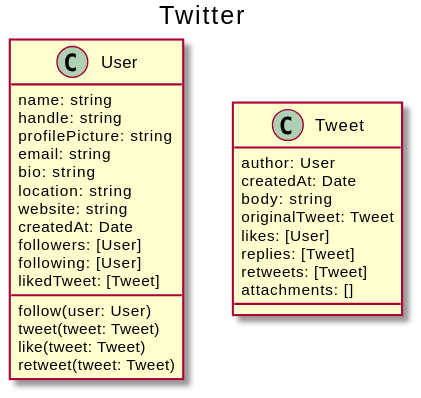
Before: architecture/Class Diagram.svg, a diagram exported from PlantUML (cihat/full-stack-twitter-clone). Source of this version:
```plantuml
@startuml "Class Diagram"

Title: Twitter

class User {
  name: string
  handle: string
  profilePicture: string
  email: string
  bio: string
  location: string
  website: string
  createdAt: Date
  followers: [User]
  following: [User]
  likedTweet: [Tweet]

  follow(user: User)
  tweet(tweet: Tweet)
  like(tweet: Tweet)
  retweet(tweet: Tweet)
}

class Tweet {
  author: User
  createdAt: Date
  body: string
  originalTweet: Tweet
  likes: [User]
  replies: [Tweet]
  retweets: [Tweet]
  attachments: []
}

@enduml
```
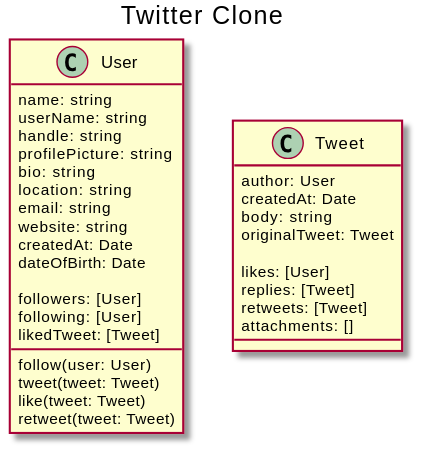
After the change.

Commit message:
Update plant uml diagram

The edit, as a diff of the source:
```diff
@@ -1,16 +1,19 @@
 @startuml "Class Diagram"
 
-Title: Twitter
+Title: Twitter Clone
 
 class User {
   name: string
+  userName: string
   handle: string
   profilePicture: string
-  email: string
   bio: string
   location: string
+  email: string
   website: string
   createdAt: Date
+  dateOfBirth: Date
+
   followers: [User]
   following: [User]
   likedTweet: [Tweet]
@@ -26,6 +29,7 @@
   createdAt: Date
   body: string
   originalTweet: Tweet
+
   likes: [User]
   replies: [Tweet]
   retweets: [Tweet]
```
